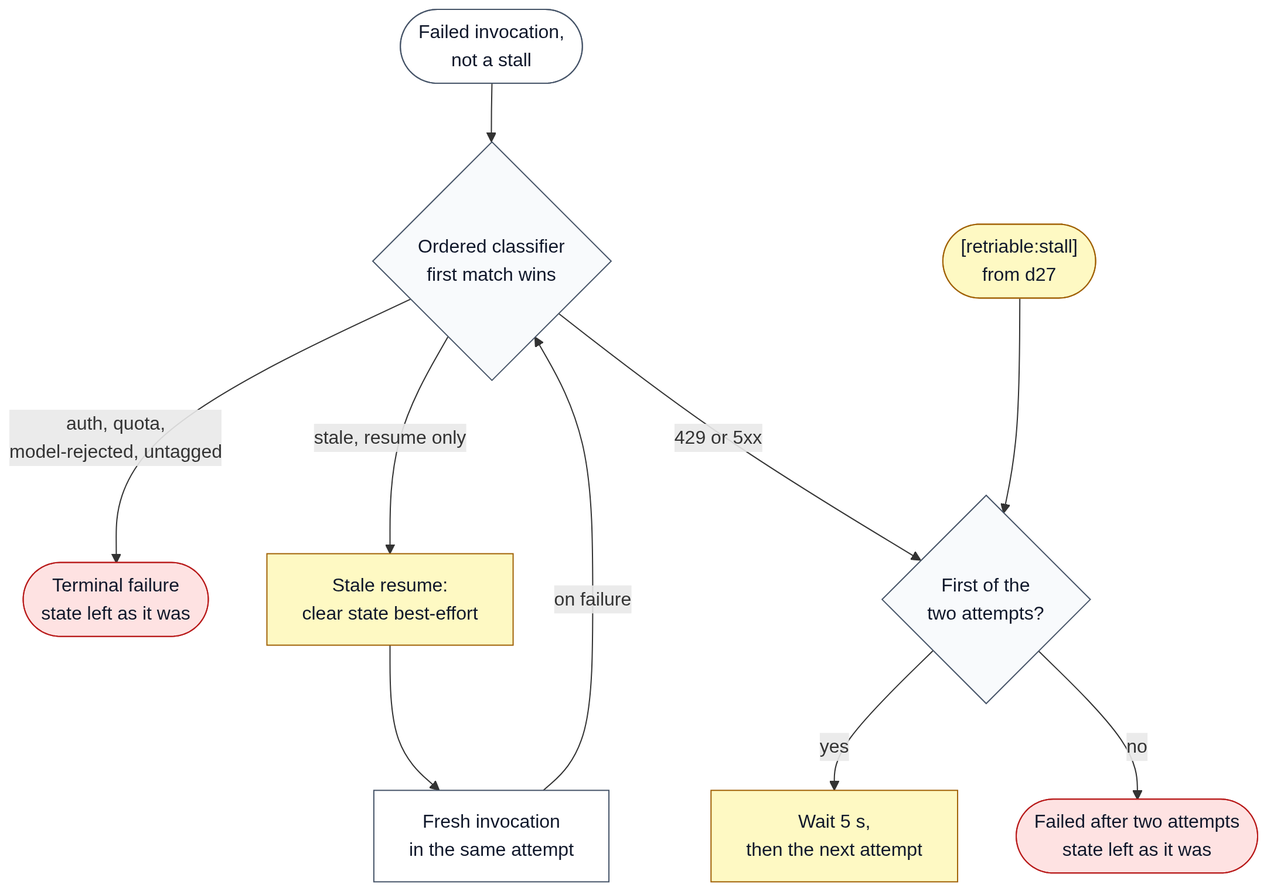
This is docs/diagrams/d28-failures.png from ehzawad/codex-council, a Mermaid export, as it was before one commit. Its source is kept beside it as docs/diagrams/d28-failures.mmd.
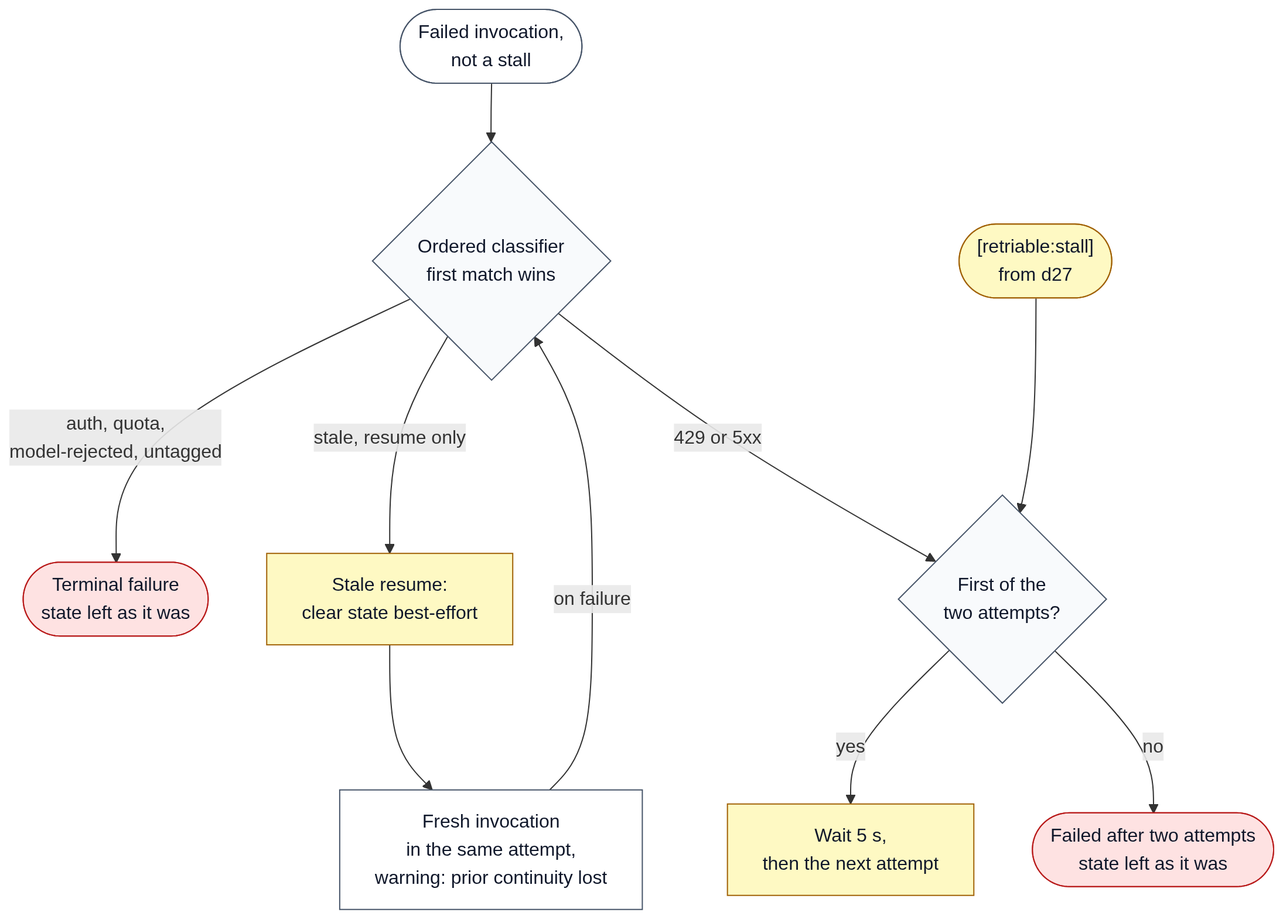
Later version of the same file.

The edit, as a diff of the source:
```diff
@@ -3,7 +3,7 @@
     Classify{"Ordered classifier<br/>first match wins"}
     Terminal(["Terminal failure<br/>state left as it was"])
     Stale["Stale resume:<br/>clear state best-effort"]
-    Fresh["Fresh invocation<br/>in the same attempt"]
+    Fresh["Fresh invocation<br/>in the same attempt,<br/>warning: prior continuity lost"]
     Stall(["[retriable:stall]<br/>from d27"])
     Budget{"First of the<br/>two attempts?"}
     Backoff["Wait 5 s,<br/>then the next attempt"]
```
